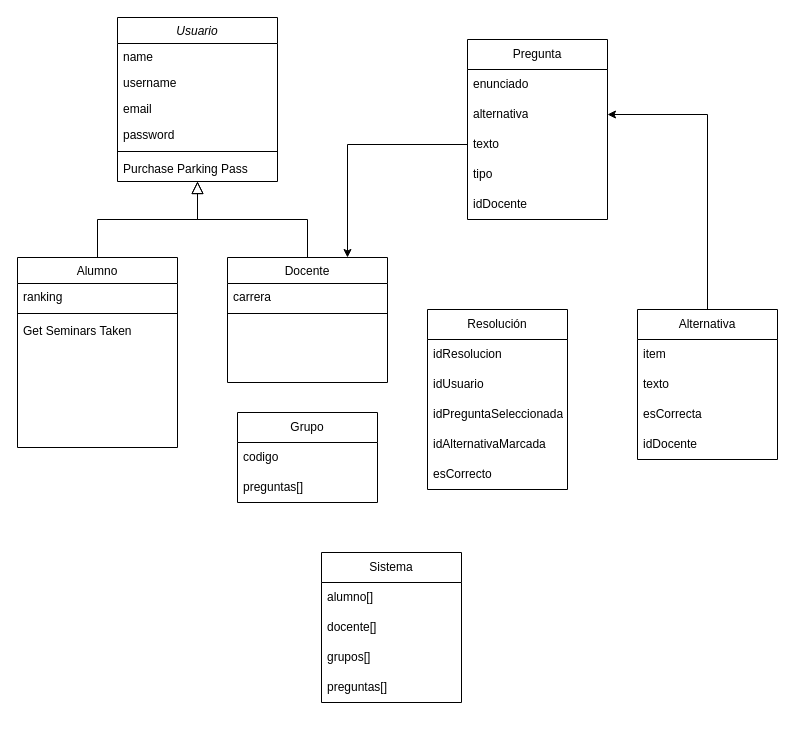
Earlier version of the draw.io diagram ProjectAlgo2.drawio (jhordannfree/proyectoAlgo2). Source tidied: cells renumbered, new cells numbered last; positions are measured from the earlier drawing's top-left corner, leaving out a move shared by most shapes. Both pictures are drawn from the tidied source at 100%, with x=0, y=0 at pixel (17, 17).
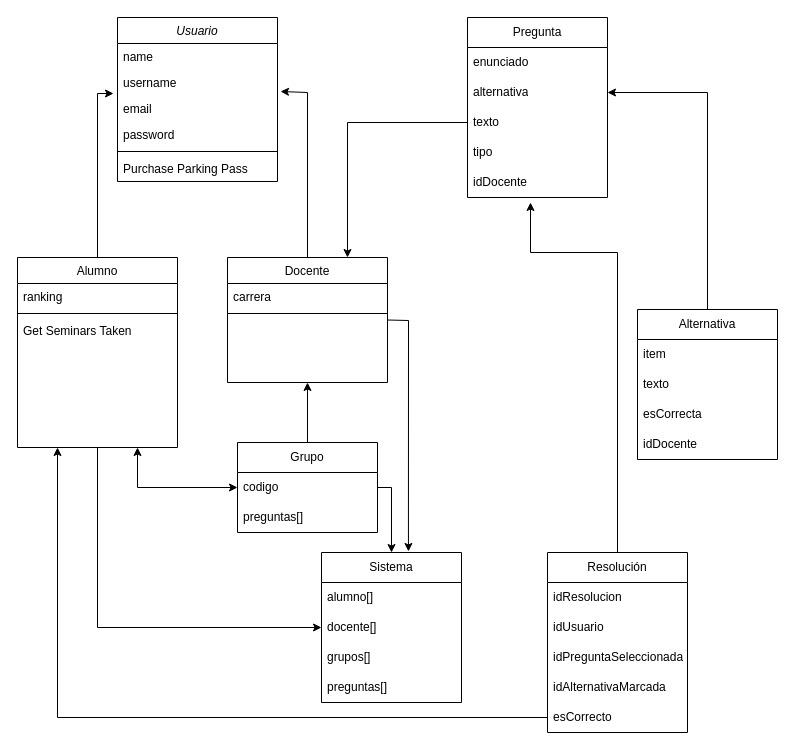
After the change.

Unchanged cells that the change refers to:
```xml
<mxCell id="2" value="Usuario" style="swimlane;fontStyle=2;align=center;verticalAlign=top;horizontal=1;startSize=26;rounded=0;shadow=0;strokeWidth=1;" parent="1" vertex="1">
  <mxGeometry x="100" width="160" height="164" as="geometry" />
</mxCell>
<mxCell id="4" value="username" style="text;align=left;verticalAlign=top;spacingLeft=4;spacingRight=4;overflow=hidden;points=[[0,0.5],[1,0.5]];portConstraint=eastwest;rounded=0;shadow=0;html=0;" parent="2" vertex="1">
  <mxGeometry y="52" width="160" height="26" as="geometry" />
</mxCell>
<mxCell id="9" value="Alumno" style="swimlane;fontStyle=0;align=center;verticalAlign=top;horizontal=1;startSize=26;rounded=0;shadow=0;strokeWidth=1;" parent="1" vertex="1">
  <mxGeometry y="240" width="160" height="190" as="geometry" />
</mxCell>
<mxCell id="14" value="Docente" style="swimlane;fontStyle=0;align=center;verticalAlign=top;horizontal=1;startSize=26;rounded=0;shadow=0;strokeWidth=1;" parent="1" vertex="1">
  <mxGeometry x="210" y="240" width="160" height="125" as="geometry" />
</mxCell>
<mxCell id="19" value="codigo" style="text;strokeColor=none;fillColor=none;align=left;verticalAlign=middle;spacingLeft=4;spacingRight=4;overflow=hidden;points=[[0,0.5],[1,0.5]];portConstraint=eastwest;whiteSpace=wrap;html=1;" parent="18" vertex="1">
  <mxGeometry y="30" width="140" height="30" as="geometry" />
</mxCell>
<mxCell id="32" value="esCorrecto&amp;nbsp;" style="text;strokeColor=none;fillColor=none;align=left;verticalAlign=middle;spacingLeft=4;spacingRight=4;overflow=hidden;points=[[0,0.5],[1,0.5]];portConstraint=eastwest;whiteSpace=wrap;html=1;" parent="27" vertex="1">
  <mxGeometry y="150" width="140" height="30" as="geometry" />
</mxCell>
<mxCell id="40" value="Sistema" style="swimlane;fontStyle=0;horizontal=1;startSize=30;whiteSpace=wrap;html=1;" parent="1" vertex="1">
  <mxGeometry x="304" y="535" width="140" height="150" as="geometry" />
</mxCell>
<mxCell id="42" value="docente[]" style="text;strokeColor=none;fillColor=none;align=left;verticalAlign=middle;spacingLeft=4;spacingRight=4;overflow=hidden;points=[[0,0.5],[1,0.5]];portConstraint=eastwest;whiteSpace=wrap;html=1;" parent="40" vertex="1">
  <mxGeometry y="60" width="140" height="30" as="geometry" />
</mxCell>
```

What changed in the source:
```diff
@@
-    <mxCell id="13" style="endArrow=block;endSize=10;endFill=0;shadow=0;strokeWidth=1;rounded=0;edgeStyle=elbowEdgeStyle;elbow=vertical;" parent="1" edge="1" source="9" target="2">
-      <mxGeometry relative="1" as="geometry" />
-    </mxCell>
@@
-    <mxCell id="17" style="endArrow=block;endSize=10;endFill=0;shadow=0;strokeWidth=1;rounded=0;edgeStyle=elbowEdgeStyle;elbow=vertical;" parent="1" edge="1" source="14" target="2">
-      <mxGeometry relative="1" as="geometry" />
-    </mxCell>
     <mxCell id="18" value="Grupo" style="swimlane;fontStyle=0;horizontal=1;startSize=30;whiteSpace=wrap;html=1;" parent="1" vertex="1">
-      <mxGeometry x="220" y="395" width="140" height="90" as="geometry" />
+      <mxGeometry x="220" y="425" width="140" height="90" as="geometry" />
     </mxCell>
@@
     <mxCell id="21" value="Pregunta" style="swimlane;fontStyle=0;horizontal=1;startSize=30;whiteSpace=wrap;html=1;" parent="1" vertex="1">
-      <mxGeometry x="450" y="22" width="140" height="180" as="geometry" />
+      <mxGeometry x="450" width="140" height="180" as="geometry" />
     </mxCell>
@@
     <mxCell id="27" value="Resolución" style="swimlane;fontStyle=0;horizontal=1;startSize=30;whiteSpace=wrap;html=1;" parent="1" vertex="1">
-      <mxGeometry x="410" y="292" width="140" height="180" as="geometry" />
+      <mxGeometry x="530" y="535" width="140" height="180" as="geometry" />
     </mxCell>
@@
+    <mxCell id="45" style="endArrow=classic;html=1;rounded=0;exitX=0.5;exitY=0;exitDx=0;exitDy=0;entryX=-0.025;entryY=0.923;entryDx=0;entryDy=0;entryPerimeter=0;" parent="1" edge="1" source="9" target="4">
+      <mxGeometry relative="1" as="geometry">
+        <Array as="points">
+          <mxPoint x="80" y="76" />
+        </Array>
+      </mxGeometry>
+    </mxCell>
+    <mxCell id="46" style="endArrow=classic;html=1;rounded=0;exitX=0.5;exitY=0;exitDx=0;exitDy=0;entryX=1.019;entryY=0.846;entryDx=0;entryDy=0;entryPerimeter=0;" parent="1" edge="1" source="14" target="4">
+      <mxGeometry relative="1" as="geometry">
+        <Array as="points">
+          <mxPoint x="290" y="75" />
+        </Array>
+      </mxGeometry>
+    </mxCell>
+    <mxCell id="47" style="endArrow=classic;html=1;rounded=0;exitX=0.5;exitY=0;exitDx=0;exitDy=0;entryX=0.5;entryY=1;entryDx=0;entryDy=0;" parent="1" edge="1" source="18" target="14">
+      <mxGeometry relative="1" as="geometry" />
+    </mxCell>
+    <mxCell id="48" style="endArrow=classic;startArrow=classic;html=1;rounded=0;exitX=0.75;exitY=1;exitDx=0;exitDy=0;entryX=0;entryY=0.5;entryDx=0;entryDy=0;" parent="1" edge="1" source="9" target="19">
+      <mxGeometry relative="1" as="geometry">
+        <Array as="points">
+          <mxPoint x="120" y="470" />
+        </Array>
+      </mxGeometry>
+    </mxCell>
+    <mxCell id="49" style="endArrow=classic;html=1;rounded=0;exitX=0.25;exitY=1;exitDx=0;exitDy=0;entryX=0;entryY=0.5;entryDx=0;entryDy=0;" parent="1" edge="1" target="42">
+      <mxGeometry relative="1" as="geometry">
+        <mxPoint x="80" y="430" as="sourcePoint" />
+        <Array as="points">
+          <mxPoint x="80" y="610" />
+        </Array>
+      </mxGeometry>
+    </mxCell>
+    <mxCell id="50" style="endArrow=classic;html=1;rounded=0;exitX=1;exitY=0.5;exitDx=0;exitDy=0;entryX=0.5;entryY=0;entryDx=0;entryDy=0;" parent="1" edge="1" source="19" target="40">
+      <mxGeometry relative="1" as="geometry">
+        <Array as="points">
+          <mxPoint x="374" y="470" />
+        </Array>
+      </mxGeometry>
+    </mxCell>
+    <mxCell id="51" style="endArrow=classic;html=1;rounded=0;exitX=1;exitY=0.5;exitDx=0;exitDy=0;entryX=0.621;entryY=-0.007;entryDx=0;entryDy=0;entryPerimeter=0;" parent="1" edge="1" source="14" target="40">
+      <mxGeometry relative="1" as="geometry">
+        <Array as="points">
+          <mxPoint x="391" y="303" />
+        </Array>
+      </mxGeometry>
+    </mxCell>
+    <mxCell id="52" style="endArrow=classic;html=1;rounded=0;entryX=0.25;entryY=1;entryDx=0;entryDy=0;exitX=0;exitY=0.5;exitDx=0;exitDy=0;" parent="1" edge="1" source="32" target="9">
+      <mxGeometry relative="1" as="geometry">
+        <Array as="points">
+          <mxPoint x="40" y="700" />
+        </Array>
+      </mxGeometry>
+    </mxCell>
+    <mxCell id="53" style="endArrow=classic;html=1;rounded=0;exitX=0.5;exitY=0;exitDx=0;exitDy=0;" parent="1" edge="1" source="27">
+      <mxGeometry relative="1" as="geometry">
+        <mxPoint x="513" y="185" as="targetPoint" />
+        <Array as="points">
+          <mxPoint x="600" y="235" />
+          <mxPoint x="513" y="235" />
+        </Array>
+      </mxGeometry>
+    </mxCell>
```
